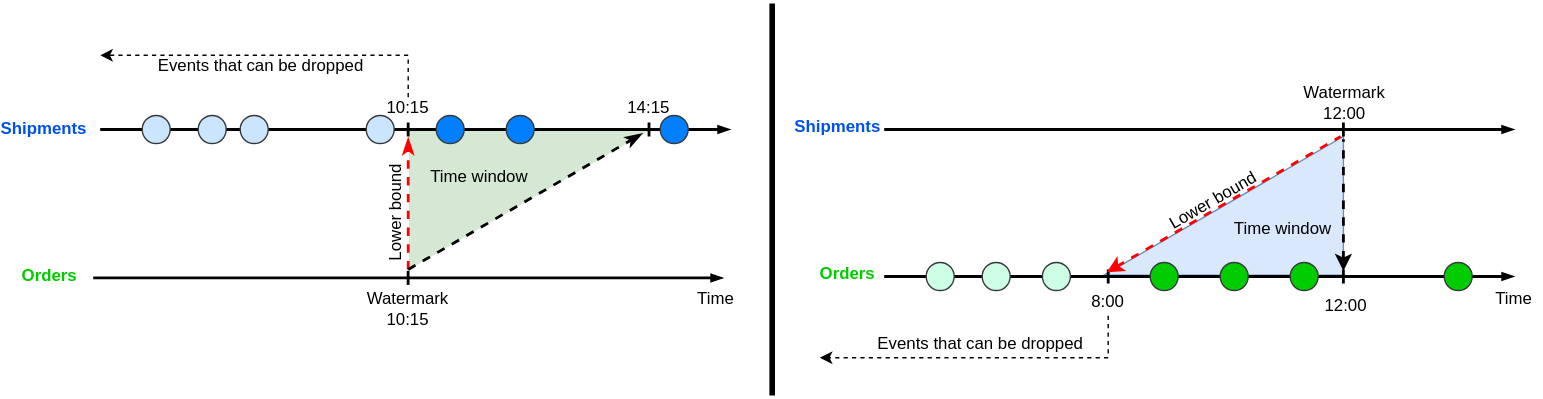
This is images/flink/flink-join-sql-interval-join-detail.svg from jtLiBrain/jtLiBrain.github.io, a draw.io export, as it was before one commit. Source tidied: cells renumbered, new cells last; positions are measured from the earlier drawing's top-left corner, leaving out a move shared by most shapes. Its diagram source:
```xml
<mxGraphModel>
  <root>
    <mxCell id="0" />
    <mxCell id="1" parent="0" />
    <mxCell id="2" style="verticalLabelPosition=bottom;verticalAlign=top;html=1;shape=mxgraph.basic.orthogonal_triangle;rotation=90;fillColor=#d5e8d4;strokeColor=none;" parent="1" vertex="1">
      <mxGeometry x="316.5" y="55" width="99" height="171" as="geometry" />
    </mxCell>
    <mxCell id="3" style="endArrow=blockThin;html=1;endFill=1;strokeWidth=2;endSize=4;" parent="1" edge="1">
      <mxGeometry relative="1" as="geometry">
        <mxPoint x="60" y="90" as="sourcePoint" />
        <mxPoint x="510" y="90" as="targetPoint" />
      </mxGeometry>
    </mxCell>
    <mxCell id="4" style="endArrow=blockThin;html=1;endFill=1;strokeWidth=2;endSize=4;" parent="1" edge="1">
      <mxGeometry relative="1" as="geometry">
        <mxPoint x="55" y="196" as="sourcePoint" />
        <mxPoint x="505" y="196" as="targetPoint" />
      </mxGeometry>
    </mxCell>
    <mxCell id="5" style="ellipse;whiteSpace=wrap;html=1;strokeColor=#36393d;fillColor=#cce5ff;" parent="1" vertex="1">
      <mxGeometry x="90" y="80" width="20" height="20" as="geometry" />
    </mxCell>
    <mxCell id="6" style="ellipse;whiteSpace=wrap;html=1;strokeColor=#36393d;fillColor=#cce5ff;" parent="1" vertex="1">
      <mxGeometry x="130" y="80" width="20" height="20" as="geometry" />
    </mxCell>
    <mxCell id="7" style="ellipse;whiteSpace=wrap;html=1;strokeColor=#36393d;fillColor=#cce5ff;" parent="1" vertex="1">
      <mxGeometry x="160" y="80" width="20" height="20" as="geometry" />
    </mxCell>
    <mxCell id="8" style="ellipse;whiteSpace=wrap;html=1;strokeColor=#36393d;fillColor=#cce5ff;" parent="1" vertex="1">
      <mxGeometry x="250" y="80" width="20" height="20" as="geometry" />
    </mxCell>
    <mxCell id="9" style="ellipse;whiteSpace=wrap;html=1;strokeColor=#36393d;fillColor=#007FFF;" parent="1" vertex="1">
      <mxGeometry x="300" y="80" width="20" height="20" as="geometry" />
    </mxCell>
    <mxCell id="10" style="ellipse;whiteSpace=wrap;html=1;strokeColor=#36393d;fillColor=#007FFF;" parent="1" vertex="1">
      <mxGeometry x="350" y="80" width="20" height="20" as="geometry" />
    </mxCell>
    <mxCell id="11" style="ellipse;whiteSpace=wrap;html=1;strokeColor=#36393d;fillColor=#007FFF;" parent="1" vertex="1">
      <mxGeometry x="460" y="80" width="20" height="20" as="geometry" />
    </mxCell>
    <mxCell id="12" style="endArrow=none;html=1;strokeWidth=2;" parent="1" edge="1">
      <mxGeometry relative="1" as="geometry">
        <mxPoint x="280" y="95" as="sourcePoint" />
        <mxPoint x="280" y="85" as="targetPoint" />
      </mxGeometry>
    </mxCell>
    <mxCell id="13" style="endArrow=classicThin;html=1;strokeWidth=2;endFill=1;dashed=1;strokeColor=#FF0000;" parent="1" edge="1">
      <mxGeometry relative="1" as="geometry">
        <mxPoint x="280" y="190" as="sourcePoint" />
        <mxPoint x="280" y="96" as="targetPoint" />
      </mxGeometry>
    </mxCell>
    <mxCell id="14" style="endArrow=none;html=1;strokeWidth=2;" parent="1" edge="1">
      <mxGeometry relative="1" as="geometry">
        <mxPoint x="452" y="95" as="sourcePoint" />
        <mxPoint x="452" y="85" as="targetPoint" />
      </mxGeometry>
    </mxCell>
    <mxCell id="15" style="endArrow=classicThin;html=1;strokeWidth=2;endFill=1;dashed=1;" parent="1" edge="1">
      <mxGeometry relative="1" as="geometry">
        <mxPoint x="280" y="190" as="sourcePoint" />
        <mxPoint x="447" y="93" as="targetPoint" />
      </mxGeometry>
    </mxCell>
    <mxCell id="16" value="Time" style="text;html=1;strokeColor=none;fillColor=none;align=center;verticalAlign=middle;whiteSpace=wrap;rounded=0;" parent="1" vertex="1">
      <mxGeometry x="480" y="201" width="40" height="20" as="geometry" />
    </mxCell>
    <mxCell id="17" value="Watermark&lt;br&gt;10:15" style="text;html=1;strokeColor=none;fillColor=none;align=center;verticalAlign=middle;whiteSpace=wrap;rounded=0;" parent="1" vertex="1">
      <mxGeometry x="260" y="208" width="40" height="20" as="geometry" />
    </mxCell>
    <mxCell id="18" style="endArrow=none;html=1;strokeWidth=2;" parent="1" edge="1">
      <mxGeometry relative="1" as="geometry">
        <mxPoint x="279.9" y="201" as="sourcePoint" />
        <mxPoint x="279.9" y="191" as="targetPoint" />
      </mxGeometry>
    </mxCell>
    <mxCell id="19" value="10:15" style="text;html=1;strokeColor=none;fillColor=none;align=center;verticalAlign=middle;whiteSpace=wrap;rounded=0;" parent="1" vertex="1">
      <mxGeometry x="260" y="65" width="40" height="20" as="geometry" />
    </mxCell>
    <mxCell id="20" value="14:15" style="text;html=1;strokeColor=none;fillColor=none;align=center;verticalAlign=middle;whiteSpace=wrap;rounded=0;" parent="1" vertex="1">
      <mxGeometry x="427" y="65" width="50" height="20" as="geometry" />
    </mxCell>
    <mxCell id="21" value="Time window" style="text;html=1;strokeColor=none;fillColor=none;align=center;verticalAlign=middle;whiteSpace=wrap;rounded=0;" parent="1" vertex="1">
      <mxGeometry x="286" y="114" width="90" height="20" as="geometry" />
    </mxCell>
    <mxCell id="22" value="Lower bound" style="text;html=1;strokeColor=none;fillColor=none;align=center;verticalAlign=middle;whiteSpace=wrap;rounded=0;rotation=-90;" parent="1" vertex="1">
      <mxGeometry x="226.5" y="140" width="90" height="20" as="geometry" />
    </mxCell>
    <mxCell id="23" value="Shipments" style="text;html=1;strokeColor=none;fillColor=none;align=center;verticalAlign=middle;whiteSpace=wrap;rounded=0;fontStyle=1;fontColor=#0050EF;" parent="1" vertex="1">
      <mxGeometry y="80" width="40" height="20" as="geometry" />
    </mxCell>
    <mxCell id="24" value="Orders" style="text;html=1;strokeColor=none;fillColor=none;align=center;verticalAlign=middle;whiteSpace=wrap;rounded=0;fontStyle=1;fontColor=#00CC00;" parent="1" vertex="1">
      <mxGeometry x="4" y="185" width="40" height="20" as="geometry" />
    </mxCell>
    <mxCell id="25" style="endArrow=classic;html=1;dashed=1;strokeWidth=1;fontColor=#0050EF;rounded=0;" parent="1" edge="1">
      <mxGeometry relative="1" as="geometry">
        <mxPoint x="280" y="67" as="sourcePoint" />
        <mxPoint x="60" y="37" as="targetPoint" />
        <Array as="points">
          <mxPoint x="280" y="37" />
        </Array>
      </mxGeometry>
    </mxCell>
    <mxCell id="26" value="Events that can be dropped" style="text;html=1;strokeColor=none;fillColor=none;align=center;verticalAlign=middle;whiteSpace=wrap;rounded=0;" parent="1" vertex="1">
      <mxGeometry x="100" y="35" width="150" height="20" as="geometry" />
    </mxCell>
    <mxCell id="27" style="verticalLabelPosition=bottom;verticalAlign=top;html=1;shape=mxgraph.basic.orthogonal_triangle;rotation=-90;fillColor=#dae8fc;strokeColor=#6c8ebf;" parent="1" vertex="1">
      <mxGeometry x="813" y="59" width="99" height="171" as="geometry" />
    </mxCell>
    <mxCell id="28" style="endArrow=blockThin;html=1;endFill=1;strokeWidth=2;endSize=4;" parent="1" edge="1">
      <mxGeometry relative="1" as="geometry">
        <mxPoint x="620" y="195" as="sourcePoint" />
        <mxPoint x="1070" y="195" as="targetPoint" />
      </mxGeometry>
    </mxCell>
    <mxCell id="29" style="endArrow=blockThin;html=1;endFill=1;strokeWidth=2;endSize=4;" parent="1" edge="1">
      <mxGeometry relative="1" as="geometry">
        <mxPoint x="620" y="90" as="sourcePoint" />
        <mxPoint x="1070" y="90" as="targetPoint" />
      </mxGeometry>
    </mxCell>
    <mxCell id="30" style="ellipse;whiteSpace=wrap;html=1;strokeColor=#36393d;fillColor=#CCFFE6;" parent="1" vertex="1">
      <mxGeometry x="650" y="185" width="20" height="20" as="geometry" />
    </mxCell>
    <mxCell id="31" style="ellipse;whiteSpace=wrap;html=1;strokeColor=#36393d;fillColor=#CCFFE6;" parent="1" vertex="1">
      <mxGeometry x="690" y="185" width="20" height="20" as="geometry" />
    </mxCell>
    <mxCell id="32" style="ellipse;whiteSpace=wrap;html=1;strokeColor=#36393d;fillColor=#CCFFE6;" parent="1" vertex="1">
      <mxGeometry x="733" y="185" width="20" height="20" as="geometry" />
    </mxCell>
    <mxCell id="33" style="ellipse;whiteSpace=wrap;html=1;strokeColor=#36393d;fillColor=#00CC00;" parent="1" vertex="1">
      <mxGeometry x="810" y="185" width="20" height="20" as="geometry" />
    </mxCell>
    <mxCell id="34" style="ellipse;whiteSpace=wrap;html=1;strokeColor=#36393d;fillColor=#00CC00;" parent="1" vertex="1">
      <mxGeometry x="860" y="185" width="20" height="20" as="geometry" />
    </mxCell>
    <mxCell id="35" style="ellipse;whiteSpace=wrap;html=1;strokeColor=#36393d;fillColor=#00CC00;" parent="1" vertex="1">
      <mxGeometry x="910" y="185" width="20" height="20" as="geometry" />
    </mxCell>
    <mxCell id="36" style="ellipse;whiteSpace=wrap;html=1;strokeColor=#36393d;fillColor=#00CC00;" parent="1" vertex="1">
      <mxGeometry x="1020" y="185" width="20" height="20" as="geometry" />
    </mxCell>
    <mxCell id="37" style="endArrow=none;html=1;strokeWidth=2;" parent="1" edge="1">
      <mxGeometry relative="1" as="geometry">
        <mxPoint x="780" y="200" as="sourcePoint" />
        <mxPoint x="780" y="190" as="targetPoint" />
      </mxGeometry>
    </mxCell>
    <mxCell id="38" style="endArrow=none;html=1;strokeWidth=2;endFill=0;dashed=1;startArrow=classic;startFill=1;" parent="1" edge="1">
      <mxGeometry relative="1" as="geometry">
        <mxPoint x="948" y="191" as="sourcePoint" />
        <mxPoint x="948" y="97" as="targetPoint" />
      </mxGeometry>
    </mxCell>
    <mxCell id="39" style="endArrow=none;html=1;strokeWidth=2;" parent="1" edge="1">
      <mxGeometry relative="1" as="geometry">
        <mxPoint x="948" y="200" as="sourcePoint" />
        <mxPoint x="948" y="190" as="targetPoint" />
      </mxGeometry>
    </mxCell>
    <mxCell id="40" style="endArrow=none;html=1;strokeWidth=2;endFill=0;dashed=1;startArrow=classic;startFill=1;strokeColor=#FF0000;" parent="1" edge="1">
      <mxGeometry relative="1" as="geometry">
        <mxPoint x="779" y="192" as="sourcePoint" />
        <mxPoint x="946" y="95" as="targetPoint" />
      </mxGeometry>
    </mxCell>
    <mxCell id="41" value="Time" style="text;html=1;strokeColor=none;fillColor=none;align=center;verticalAlign=middle;whiteSpace=wrap;rounded=0;" parent="1" vertex="1">
      <mxGeometry x="1050" y="201" width="40" height="20" as="geometry" />
    </mxCell>
    <mxCell id="42" value="Watermark&lt;br&gt;12:00" style="text;html=1;strokeColor=none;fillColor=none;align=center;verticalAlign=middle;whiteSpace=wrap;rounded=0;" parent="1" vertex="1">
      <mxGeometry x="929" y="61" width="40" height="20" as="geometry" />
    </mxCell>
    <mxCell id="43" style="endArrow=none;html=1;strokeWidth=2;" parent="1" edge="1">
      <mxGeometry relative="1" as="geometry">
        <mxPoint x="948" y="95" as="sourcePoint" />
        <mxPoint x="948" y="85" as="targetPoint" />
      </mxGeometry>
    </mxCell>
    <mxCell id="44" value="8:00" style="text;html=1;strokeColor=none;fillColor=none;align=center;verticalAlign=middle;whiteSpace=wrap;rounded=0;" parent="1" vertex="1">
      <mxGeometry x="760" y="203" width="40" height="20" as="geometry" />
    </mxCell>
    <mxCell id="45" value="Time window" style="text;html=1;strokeColor=none;fillColor=none;align=center;verticalAlign=middle;whiteSpace=wrap;rounded=0;" parent="1" vertex="1">
      <mxGeometry x="860" y="150.5" width="90" height="20" as="geometry" />
    </mxCell>
    <mxCell id="46" value="Lower bound" style="text;html=1;strokeColor=none;fillColor=none;align=center;verticalAlign=middle;whiteSpace=wrap;rounded=0;rotation=-30;" parent="1" vertex="1">
      <mxGeometry x="810" y="130.5" width="90" height="20" as="geometry" />
    </mxCell>
    <mxCell id="47" value="Shipments" style="text;html=1;strokeColor=none;fillColor=none;align=center;verticalAlign=middle;whiteSpace=wrap;rounded=0;fontStyle=1;fontColor=#0050EF;" parent="1" vertex="1">
      <mxGeometry x="567" y="78" width="40" height="20" as="geometry" />
    </mxCell>
    <mxCell id="48" value="Orders" style="text;html=1;strokeColor=none;fillColor=none;align=center;verticalAlign=middle;whiteSpace=wrap;rounded=0;fontStyle=1;fontColor=#00CC00;" parent="1" vertex="1">
      <mxGeometry x="574" y="183" width="40" height="20" as="geometry" />
    </mxCell>
    <mxCell id="49" style="endArrow=classic;html=1;dashed=1;strokeWidth=1;fontColor=#0050EF;rounded=0;" parent="1" edge="1">
      <mxGeometry relative="1" as="geometry">
        <mxPoint x="780" y="223" as="sourcePoint" />
        <mxPoint x="574" y="253" as="targetPoint" />
        <Array as="points">
          <mxPoint x="780" y="253" />
        </Array>
      </mxGeometry>
    </mxCell>
    <mxCell id="50" value="Events that can be dropped" style="text;html=1;strokeColor=none;fillColor=none;align=center;verticalAlign=middle;whiteSpace=wrap;rounded=0;" parent="1" vertex="1">
      <mxGeometry x="614" y="233" width="150" height="20" as="geometry" />
    </mxCell>
    <mxCell id="51" value="12:00" style="text;html=1;strokeColor=none;fillColor=none;align=center;verticalAlign=middle;whiteSpace=wrap;rounded=0;" parent="1" vertex="1">
      <mxGeometry x="930" y="206" width="40" height="20" as="geometry" />
    </mxCell>
    <mxCell id="52" style="endArrow=none;html=1;strokeWidth=4;fontColor=#00CC00;" parent="1" edge="1">
      <mxGeometry relative="1" as="geometry">
        <mxPoint x="540" y="280" as="sourcePoint" />
        <mxPoint x="540" as="targetPoint" />
      </mxGeometry>
    </mxCell>
  </root>
</mxGraphModel>
```
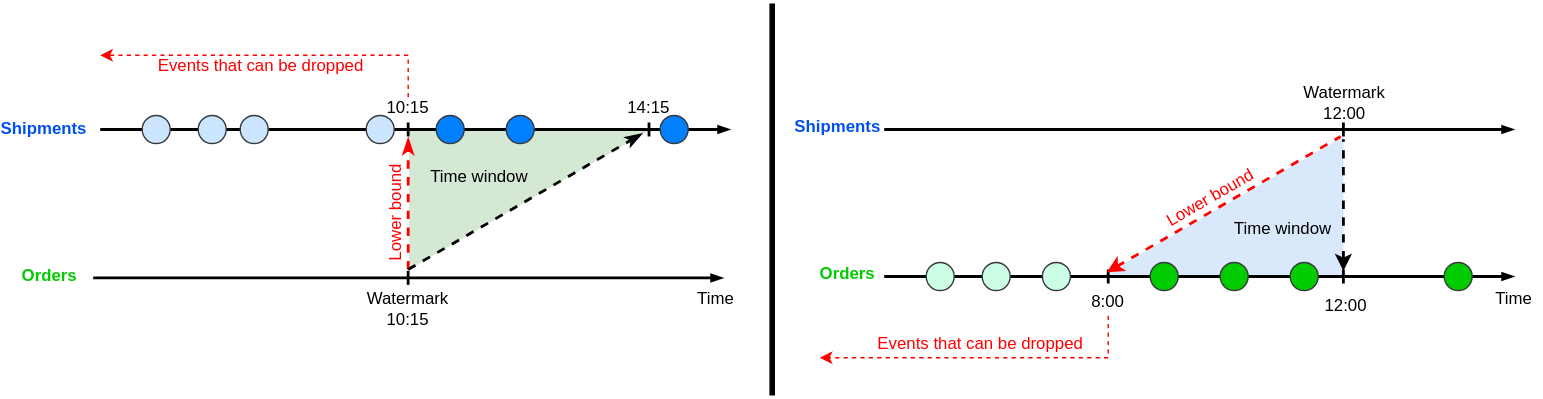
Later version of the same file.

Diff of the diagram source:
```diff
@@ -83,7 +83,7 @@
     <mxCell id="21" value="Time window" style="text;html=1;strokeColor=none;fillColor=none;align=center;verticalAlign=middle;whiteSpace=wrap;rounded=0;" parent="1" vertex="1">
       <mxGeometry x="286" y="114" width="90" height="20" as="geometry" />
     </mxCell>
-    <mxCell id="22" value="Lower bound" style="text;html=1;strokeColor=none;fillColor=none;align=center;verticalAlign=middle;whiteSpace=wrap;rounded=0;rotation=-90;" parent="1" vertex="1">
+    <mxCell id="22" value="Lower bound" style="text;html=1;strokeColor=none;fillColor=none;align=center;verticalAlign=middle;whiteSpace=wrap;rounded=0;rotation=-90;fontColor=#FF0000;" parent="1" vertex="1">
       <mxGeometry x="226.5" y="140" width="90" height="20" as="geometry" />
     </mxCell>
     <mxCell id="23" value="Shipments" style="text;html=1;strokeColor=none;fillColor=none;align=center;verticalAlign=middle;whiteSpace=wrap;rounded=0;fontStyle=1;fontColor=#0050EF;" parent="1" vertex="1">
@@ -92,7 +92,7 @@
     <mxCell id="24" value="Orders" style="text;html=1;strokeColor=none;fillColor=none;align=center;verticalAlign=middle;whiteSpace=wrap;rounded=0;fontStyle=1;fontColor=#00CC00;" parent="1" vertex="1">
       <mxGeometry x="4" y="185" width="40" height="20" as="geometry" />
     </mxCell>
-    <mxCell id="25" style="endArrow=classic;html=1;dashed=1;strokeWidth=1;fontColor=#0050EF;rounded=0;" parent="1" edge="1">
+    <mxCell id="25" style="endArrow=classic;html=1;dashed=1;strokeWidth=1;fontColor=#0050EF;rounded=0;strokeColor=#FF0000;" parent="1" edge="1">
       <mxGeometry relative="1" as="geometry">
         <mxPoint x="280" y="67" as="sourcePoint" />
         <mxPoint x="60" y="37" as="targetPoint" />
@@ -101,10 +101,10 @@
         </Array>
       </mxGeometry>
     </mxCell>
-    <mxCell id="26" value="Events that can be dropped" style="text;html=1;strokeColor=none;fillColor=none;align=center;verticalAlign=middle;whiteSpace=wrap;rounded=0;" parent="1" vertex="1">
+    <mxCell id="26" value="Events that can be dropped" style="text;html=1;strokeColor=none;fillColor=none;align=center;verticalAlign=middle;whiteSpace=wrap;rounded=0;fontColor=#FF0000;" parent="1" vertex="1">
       <mxGeometry x="100" y="35" width="150" height="20" as="geometry" />
     </mxCell>
-    <mxCell id="27" style="verticalLabelPosition=bottom;verticalAlign=top;html=1;shape=mxgraph.basic.orthogonal_triangle;rotation=-90;fillColor=#dae8fc;strokeColor=#6c8ebf;" parent="1" vertex="1">
+    <mxCell id="27" style="verticalLabelPosition=bottom;verticalAlign=top;html=1;shape=mxgraph.basic.orthogonal_triangle;rotation=-90;fillColor=#dae8fc;strokeColor=none;" parent="1" vertex="1">
       <mxGeometry x="813" y="59" width="99" height="171" as="geometry" />
     </mxCell>
     <mxCell id="28" style="endArrow=blockThin;html=1;endFill=1;strokeWidth=2;endSize=4;" parent="1" edge="1">
@@ -182,8 +182,8 @@
     <mxCell id="45" value="Time window" style="text;html=1;strokeColor=none;fillColor=none;align=center;verticalAlign=middle;whiteSpace=wrap;rounded=0;" parent="1" vertex="1">
       <mxGeometry x="860" y="150.5" width="90" height="20" as="geometry" />
     </mxCell>
-    <mxCell id="46" value="Lower bound" style="text;html=1;strokeColor=none;fillColor=none;align=center;verticalAlign=middle;whiteSpace=wrap;rounded=0;rotation=-30;" parent="1" vertex="1">
-      <mxGeometry x="810" y="130.5" width="90" height="20" as="geometry" />
+    <mxCell id="46" value="Lower bound" style="text;html=1;strokeColor=none;fillColor=none;align=center;verticalAlign=middle;whiteSpace=wrap;rounded=0;rotation=-30;fontColor=#FF0000;" parent="1" vertex="1">
+      <mxGeometry x="808" y="128.5" width="90" height="20" as="geometry" />
     </mxCell>
     <mxCell id="47" value="Shipments" style="text;html=1;strokeColor=none;fillColor=none;align=center;verticalAlign=middle;whiteSpace=wrap;rounded=0;fontStyle=1;fontColor=#0050EF;" parent="1" vertex="1">
       <mxGeometry x="567" y="78" width="40" height="20" as="geometry" />
@@ -191,7 +191,7 @@
     <mxCell id="48" value="Orders" style="text;html=1;strokeColor=none;fillColor=none;align=center;verticalAlign=middle;whiteSpace=wrap;rounded=0;fontStyle=1;fontColor=#00CC00;" parent="1" vertex="1">
       <mxGeometry x="574" y="183" width="40" height="20" as="geometry" />
     </mxCell>
-    <mxCell id="49" style="endArrow=classic;html=1;dashed=1;strokeWidth=1;fontColor=#0050EF;rounded=0;" parent="1" edge="1">
+    <mxCell id="49" style="endArrow=classic;html=1;dashed=1;strokeWidth=1;fontColor=#0050EF;rounded=0;strokeColor=#FF0000;" parent="1" edge="1">
       <mxGeometry relative="1" as="geometry">
         <mxPoint x="780" y="223" as="sourcePoint" />
         <mxPoint x="574" y="253" as="targetPoint" />
@@ -200,7 +200,7 @@
         </Array>
       </mxGeometry>
     </mxCell>
-    <mxCell id="50" value="Events that can be dropped" style="text;html=1;strokeColor=none;fillColor=none;align=center;verticalAlign=middle;whiteSpace=wrap;rounded=0;" parent="1" vertex="1">
+    <mxCell id="50" value="Events that can be dropped" style="text;html=1;strokeColor=none;fillColor=none;align=center;verticalAlign=middle;whiteSpace=wrap;rounded=0;fontColor=#FF0000;" parent="1" vertex="1">
       <mxGeometry x="614" y="233" width="150" height="20" as="geometry" />
     </mxCell>
     <mxCell id="51" value="12:00" style="text;html=1;strokeColor=none;fillColor=none;align=center;verticalAlign=middle;whiteSpace=wrap;rounded=0;" parent="1" vertex="1">
```
